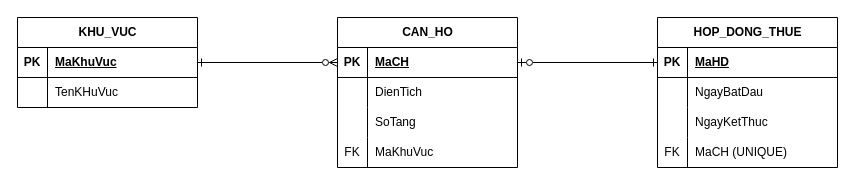
This is ss16/bt3/ERD_NF3.drawio from tranducngoc17-Tanyx/TranDucNgoc_IT105, a draw.io file, before an edit. Source tidied: cells renumbered, new cells numbered last; positions are measured from the earlier drawing's top-left corner, leaving out a move shared by most shapes. Both pictures are drawn from the tidied source at 100%, with x=0, y=0 at pixel (17, 17).
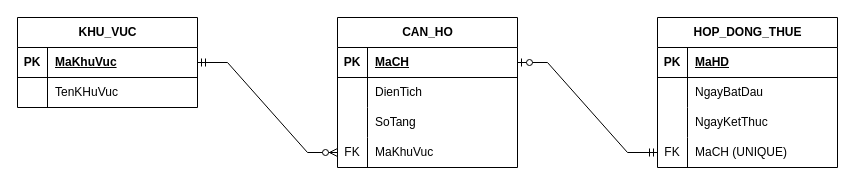
Above is the later version.

The change refers to these unchanged cells:
```xml
<mxCell id="3" style="shape=tableRow;horizontal=0;startSize=0;swimlaneHead=0;swimlaneBody=0;fillColor=none;points=[[0,0.5],[1,0.5]];portConstraint=eastwest;top=0;left=0;right=0;bottom=1;" parent="2" vertex="1">
  <mxGeometry y="30" width="180" height="30" as="geometry" />
</mxCell>
<mxCell id="10" style="shape=tableRow;horizontal=0;startSize=0;swimlaneHead=0;swimlaneBody=0;fillColor=none;points=[[0,0.5],[1,0.5]];portConstraint=eastwest;top=0;left=0;right=0;bottom=1;" parent="9" vertex="1">
  <mxGeometry y="30" width="180" height="30" as="geometry" />
</mxCell>
<mxCell id="19" style="shape=tableRow;horizontal=0;startSize=0;swimlaneHead=0;swimlaneBody=0;fillColor=none;points=[[0,0.5],[1,0.5]];portConstraint=eastwest;top=0;left=0;right=0;bottom=0;" parent="9" vertex="1">
  <mxGeometry y="120" width="180" height="30" as="geometry" />
</mxCell>
<mxCell id="23" style="shape=tableRow;horizontal=0;startSize=0;swimlaneHead=0;swimlaneBody=0;fillColor=none;points=[[0,0.5],[1,0.5]];portConstraint=eastwest;top=0;left=0;right=0;bottom=1;" parent="22" vertex="1">
  <mxGeometry y="30" width="180" height="30" as="geometry" />
</mxCell>
<mxCell id="32" style="shape=tableRow;horizontal=0;startSize=0;swimlaneHead=0;swimlaneBody=0;fillColor=none;points=[[0,0.5],[1,0.5]];portConstraint=eastwest;top=0;left=0;right=0;bottom=0;" parent="22" vertex="1">
  <mxGeometry y="120" width="180" height="30" as="geometry" />
</mxCell>
```

What changed in the source:
```diff
@@
-    <mxCell id="35" style="edgeStyle=orthogonalEdgeStyle;rounded=0;jettySize=auto;html=1;entryX=0;entryY=0.5;entryDx=0;entryDy=0;endArrow=ERzeroToMany;endFill=0;startArrow=ERone;startFill=0;" parent="1" edge="1" source="3" target="10">
-      <mxGeometry relative="1" as="geometry" />
-    </mxCell>
-    <mxCell id="36" style="edgeStyle=orthogonalEdgeStyle;rounded=0;jettySize=auto;html=1;entryX=1;entryY=0.5;entryDx=0;entryDy=0;endArrow=ERzeroToOne;endFill=0;startArrow=ERone;startFill=0;" parent="1" edge="1" source="23" target="10">
-      <mxGeometry relative="1" as="geometry" />
-    </mxCell>
+    <mxCell id="37" style="edgeStyle=entityRelationEdgeStyle;fontSize=12;html=1;endArrow=ERzeroToMany;startArrow=ERmandOne;rounded=0;entryX=0;entryY=0.5;entryDx=0;entryDy=0;exitX=1;exitY=0.5;exitDx=0;exitDy=0;" parent="1" edge="1" source="3" target="19">
+      <mxGeometry relative="1" as="geometry" />
+    </mxCell>
+    <mxCell id="38" style="edgeStyle=entityRelationEdgeStyle;fontSize=12;html=1;endArrow=ERzeroToOne;startArrow=ERmandOne;rounded=0;entryX=1;entryY=0.5;entryDx=0;entryDy=0;" parent="1" edge="1" source="32" target="10">
+      <mxGeometry relative="1" as="geometry" />
+    </mxCell>
```
